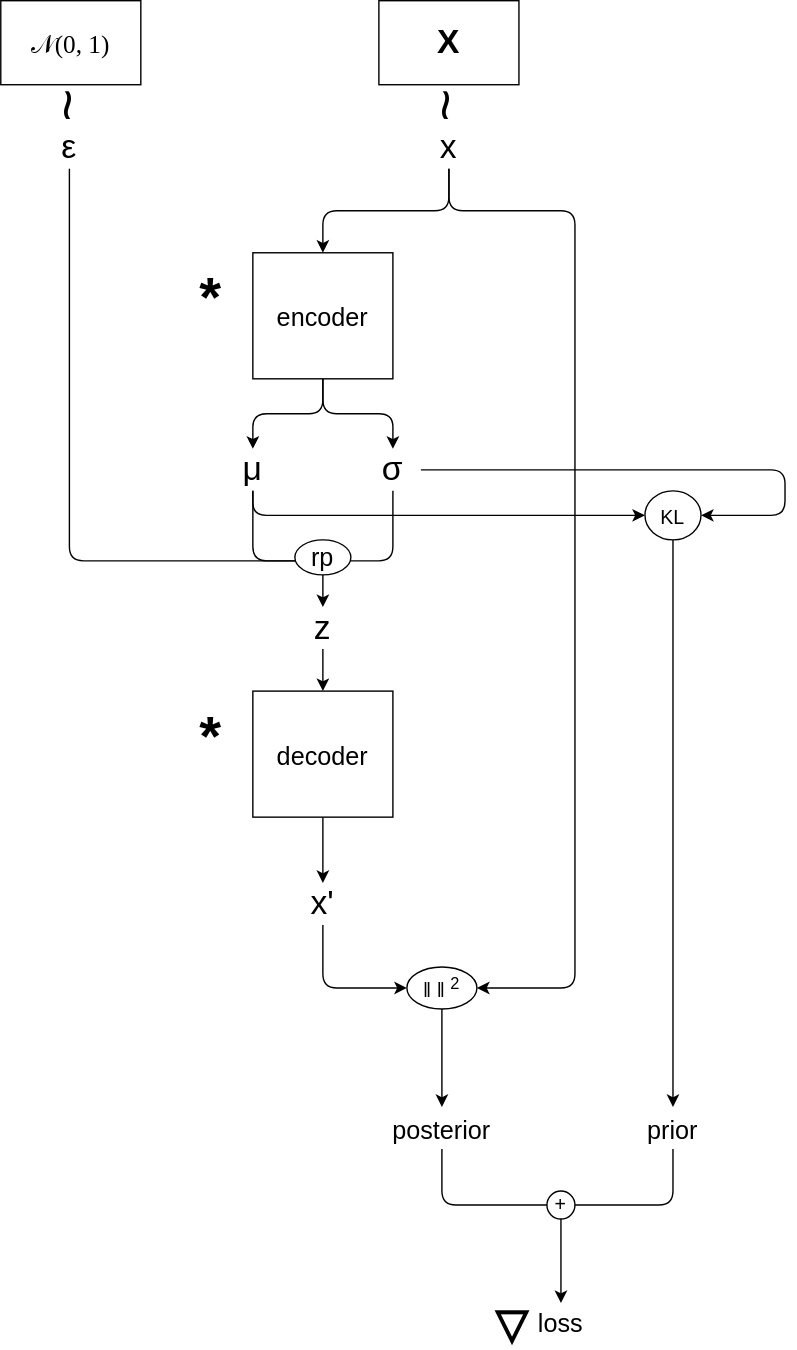
k-l-lambda/k-l-lambda.github.io keeps this draw.io diagram as source/images/diagram-vae.drawio.svg. Above is the earlier version. Source tidied: cells renumbered, new cells last; positions are measured from the earlier drawing's top-left corner, leaving out a move shared by most shapes.
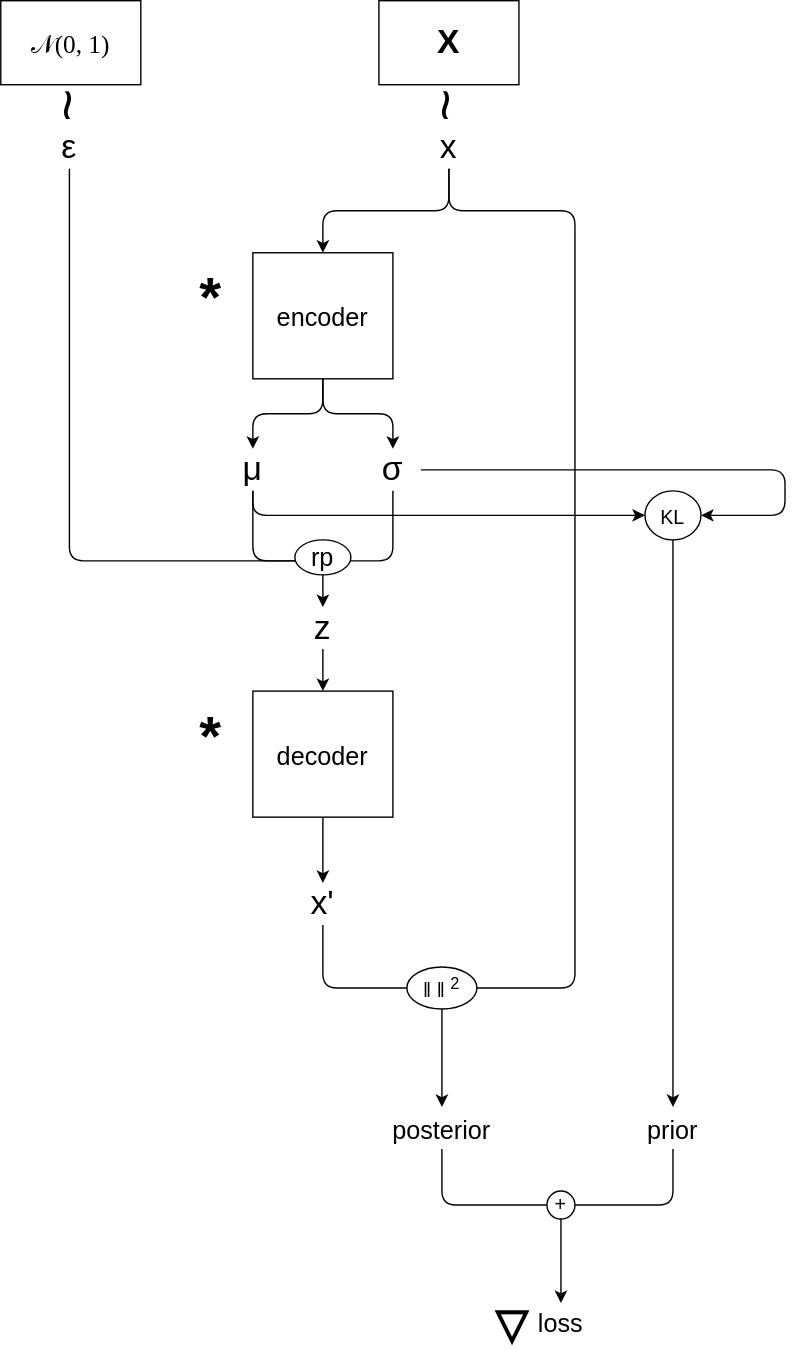
After the commit.

The edit, as a diff of the source:
```diff
@@ -5,7 +5,7 @@
     <mxCell id="2" style="edgeStyle=orthogonalEdgeStyle;html=1;exitX=0.5;exitY=1;exitDx=0;exitDy=0;entryX=0.5;entryY=0;entryDx=0;entryDy=0;fontSize=18;" parent="1" edge="1" source="4" target="11">
       <mxGeometry relative="1" as="geometry" />
     </mxCell>
-    <mxCell id="3" style="edgeStyle=orthogonalEdgeStyle;html=1;exitX=0.5;exitY=1;exitDx=0;exitDy=0;entryX=1;entryY=0.5;entryDx=0;entryDy=0;fontSize=14;" parent="1" edge="1" source="4" target="27">
+    <mxCell id="3" style="edgeStyle=orthogonalEdgeStyle;html=1;exitX=0.5;exitY=1;exitDx=0;exitDy=0;entryX=1;entryY=0.5;entryDx=0;entryDy=0;fontSize=14;endArrow=none;endFill=0;" parent="1" edge="1" source="4" target="27">
       <mxGeometry relative="1" as="geometry">
         <Array as="points">
           <mxPoint x="320" y="150" />
@@ -91,7 +91,7 @@
     <mxCell id="23" value="&lt;font style=&quot;font-size: 14px;&quot;&gt;KL&lt;/font&gt;" style="ellipse;whiteSpace=wrap;html=1;fontSize=18;" parent="1" vertex="1">
       <mxGeometry x="460" y="350" width="40" height="35" as="geometry" />
     </mxCell>
-    <mxCell id="24" style="edgeStyle=orthogonalEdgeStyle;html=1;exitX=0.5;exitY=1;exitDx=0;exitDy=0;entryX=0;entryY=0.5;entryDx=0;entryDy=0;fontSize=14;" parent="1" edge="1" source="25" target="27">
+    <mxCell id="24" style="edgeStyle=orthogonalEdgeStyle;html=1;exitX=0.5;exitY=1;exitDx=0;exitDy=0;entryX=0;entryY=0.5;entryDx=0;entryDy=0;fontSize=14;endArrow=none;endFill=0;" parent="1" edge="1" source="25" target="27">
       <mxGeometry relative="1" as="geometry" />
     </mxCell>
     <mxCell id="25" value="x'" style="text;strokeColor=none;align=center;fillColor=none;html=1;verticalAlign=middle;whiteSpace=wrap;rounded=0;fontSize=24;" parent="1" vertex="1">
```
